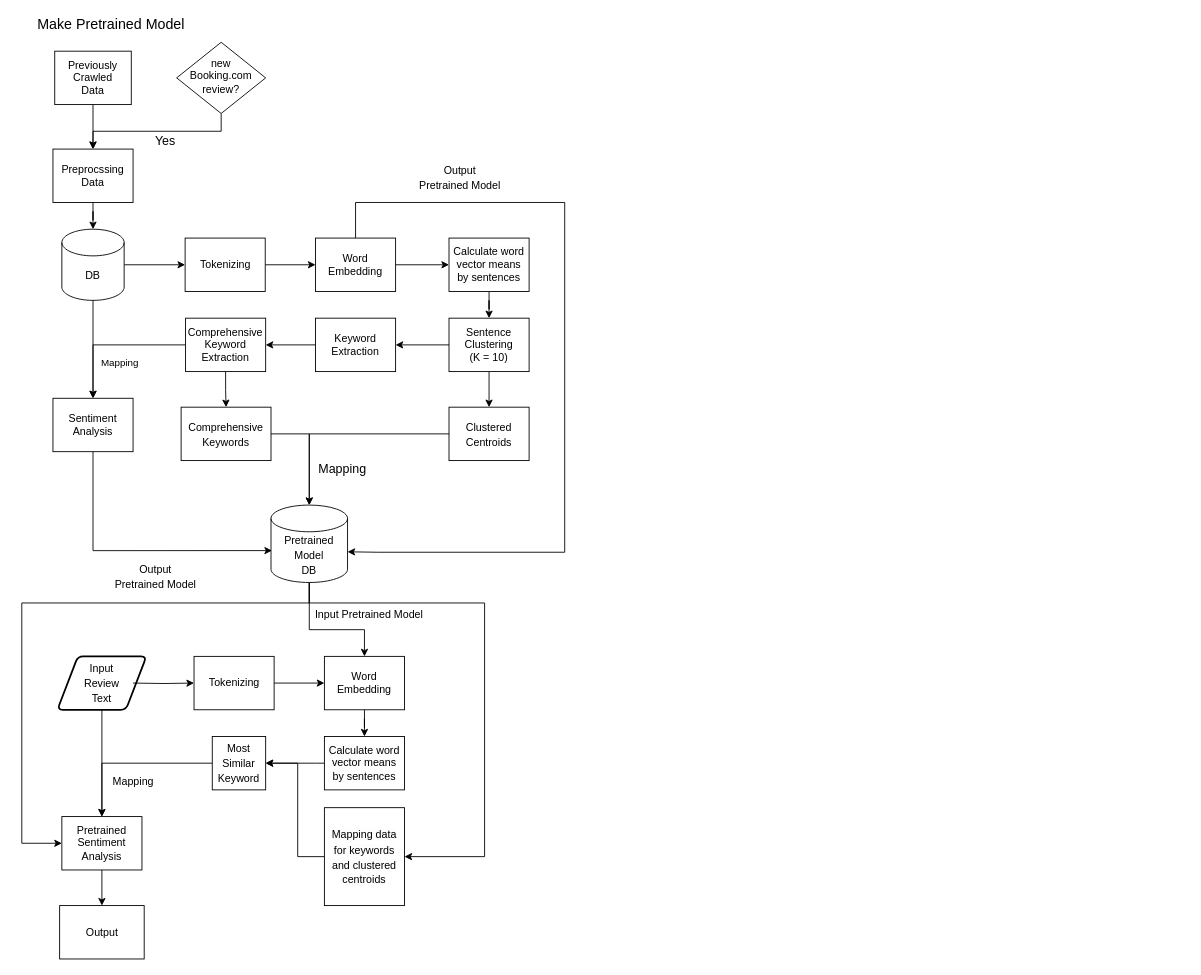
donghyun-daniel/4_party_project keeps this draw.io diagram as Flowchart.drawio. Above is the earlier version. Source tidied: cells renumbered, new cells numbered last; positions are measured from the earlier drawing's top-left corner, leaving out a move shared by most shapes. Both pictures are drawn from the tidied source at 89%, with x=0, y=0 at pixel (21, 15).
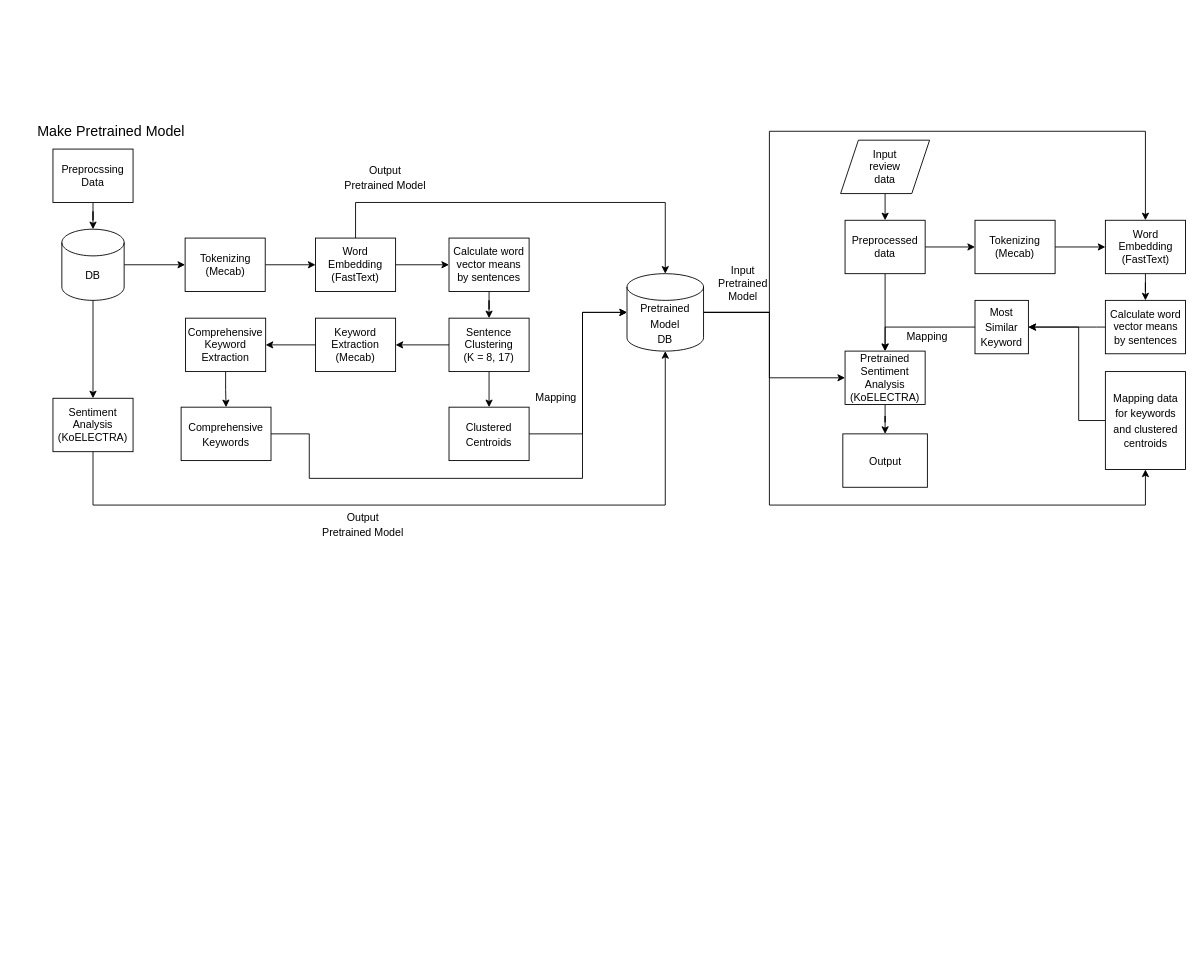
The same diagram, later.

Unchanged cells that the change refers to:
```xml
<mxCell id="6" value="Preprocssing&lt;br&gt;Data" style="rounded=0;whiteSpace=wrap;html=1;" parent="1" vertex="1">
  <mxGeometry x="35" y="150" width="90" height="60" as="geometry" />
</mxCell>
<mxCell id="16" value="Comprehensive&lt;br&gt;Keyword&lt;br&gt;Extraction" style="rounded=0;whiteSpace=wrap;html=1;" parent="1" vertex="1">
  <mxGeometry x="184" y="340" width="90" height="60" as="geometry" />
</mxCell>
<mxCell id="38" value="&lt;font style=&quot;font-size: 12px&quot;&gt;Comprehensive&lt;br&gt;Keywords&lt;/font&gt;" style="rounded=0;whiteSpace=wrap;html=1;fontSize=14;" parent="1" vertex="1">
  <mxGeometry x="179" y="440" width="101" height="60" as="geometry" />
</mxCell>
<mxCell id="40" value="&lt;font style=&quot;font-size: 12px&quot;&gt;Clustered&lt;br&gt;Centroids&lt;/font&gt;" style="rounded=0;whiteSpace=wrap;html=1;fontSize=14;" parent="1" vertex="1">
  <mxGeometry x="480" y="440" width="90" height="60" as="geometry" />
</mxCell>
```

What changed in the source:
```diff
@@
-    <mxCell id="8" value="Tokenizing" style="rounded=0;whiteSpace=wrap;html=1;" parent="1" vertex="1">
+    <mxCell id="8" value="Tokenizing&lt;br&gt;(Mecab)" style="rounded=0;whiteSpace=wrap;html=1;" parent="1" vertex="1">
       <mxGeometry x="183.5" y="250" width="90" height="60" as="geometry" />
     </mxCell>
@@
-    <mxCell id="11" value="Sentence&lt;br&gt;Clustering&lt;br&gt;(K = 10)" style="rounded=0;whiteSpace=wrap;html=1;" parent="1" vertex="1">
+    <mxCell id="11" value="Sentence&lt;br&gt;Clustering&lt;br&gt;(K = 8, 17)" style="rounded=0;whiteSpace=wrap;html=1;" parent="1" vertex="1">
       <mxGeometry x="480" y="340" width="90" height="60" as="geometry" />
     </mxCell>
@@
-    <mxCell id="13" value="Keyword Extraction" style="rounded=0;whiteSpace=wrap;html=1;" parent="1" vertex="1">
+    <mxCell id="13" value="Keyword Extraction&lt;br&gt;(Mecab)" style="rounded=0;whiteSpace=wrap;html=1;" parent="1" vertex="1">
       <mxGeometry x="330" y="340" width="90" height="60" as="geometry" />
     </mxCell>
-    <mxCell id="14" value="Mapping" style="edgeStyle=orthogonalEdgeStyle;rounded=0;jettySize=auto;html=1;entryX=0.5;entryY=0;entryDx=0;entryDy=0;" parent="1" edge="1" source="16" target="19">
-      <mxGeometry x="-0.1" y="20" relative="1" as="geometry" />
-    </mxCell>
@@
-    <mxCell id="17" style="edgeStyle=orthogonalEdgeStyle;rounded=0;jettySize=auto;html=1;entryX=0.013;entryY=0.588;entryDx=0;entryDy=0;entryPerimeter=0;fontSize=14;" parent="1" edge="1" source="19" target="36">
+    <mxCell id="17" style="edgeStyle=orthogonalEdgeStyle;rounded=0;jettySize=auto;html=1;entryX=0.5;entryY=1;entryDx=0;entryDy=0;entryPerimeter=0;fontSize=14;" parent="1" edge="1" source="19" target="36">
       <mxGeometry relative="1" as="geometry">
         <Array as="points">
-          <mxPoint x="80" y="601" />
+          <mxPoint x="80" y="550" />
+          <mxPoint x="723" y="550" />
         </Array>
       </mxGeometry>
     </mxCell>
     <mxCell id="18" value="&lt;font style=&quot;font-size: 12px&quot;&gt;Output&lt;br&gt;Pretrained Model&lt;/font&gt;" style="edgeLabel;html=1;align=center;verticalAlign=middle;fontSize=14;" parent="17" vertex="1">
       <mxGeometry x="-0.17" relative="1" as="geometry">
-        <mxPoint x="51.2" y="28.8" as="offset" />
+        <mxPoint x="-1.2" y="20" as="offset" />
       </mxGeometry>
     </mxCell>
-    <mxCell id="19" value="Sentiment&lt;br&gt;Analysis" style="rounded=0;whiteSpace=wrap;html=1;" parent="1" vertex="1">
+    <mxCell id="19" value="Sentiment&lt;br&gt;Analysis&lt;br&gt;(KoELECTRA)" style="rounded=0;whiteSpace=wrap;html=1;" parent="1" vertex="1">
       <mxGeometry x="35" y="430" width="90" height="60" as="geometry" />
     </mxCell>
     <mxCell id="20" value="&lt;font style=&quot;font-size: 16px&quot;&gt;Make Pretrained Model&lt;/font&gt;" style="text;html=1;align=center;verticalAlign=middle;fillColor=none;strokeColor=none;rounded=0;fontSize=14;labelBorderColor=none;spacingLeft=2;spacingRight=2;" parent="1" vertex="1">
-      <mxGeometry x="10" width="180" height="20" as="geometry" />
+      <mxGeometry x="10" y="120" width="180" height="20" as="geometry" />
     </mxCell>
-    <mxCell id="21" style="edgeStyle=orthogonalEdgeStyle;rounded=0;jettySize=auto;html=1;entryX=0.5;entryY=0;entryDx=0;entryDy=0;" parent="1" edge="1" source="22" target="6">
-      <mxGeometry relative="1" as="geometry" />
-    </mxCell>
-    <mxCell id="22" value="Previously&lt;br&gt;Crawled&lt;br&gt;Data" style="rounded=0;whiteSpace=wrap;html=1;" parent="1" vertex="1">
-      <mxGeometry x="37" y="40" width="86" height="60" as="geometry" />
-    </mxCell>
-    <mxCell id="23" style="edgeStyle=orthogonalEdgeStyle;rounded=0;jettySize=auto;html=1;entryX=0.5;entryY=0;entryDx=0;entryDy=0;" parent="1" edge="1" source="25" target="6">
-      <mxGeometry relative="1" as="geometry">
-        <Array as="points">
-          <mxPoint x="224" y="130" />
-          <mxPoint x="80" y="130" />
-        </Array>
-      </mxGeometry>
-    </mxCell>
-    <mxCell id="24" value="Yes" style="edgeLabel;html=1;align=center;verticalAlign=middle;fontSize=14;" parent="23" vertex="1">
-      <mxGeometry x="-0.16" y="2" relative="1" as="geometry">
-        <mxPoint x="-7" y="8" as="offset" />
-      </mxGeometry>
-    </mxCell>
-    <mxCell id="25" value="new Booking.com review?" style="rhombus;whiteSpace=wrap;html=1;shadow=0;fontFamily=Helvetica;fontSize=12;align=center;strokeWidth=1;spacing=6;spacingTop=-4;" parent="1" vertex="1">
-      <mxGeometry x="174" y="30" width="100" height="80" as="geometry" />
-    </mxCell>
@@
-    <mxCell id="27" style="edgeStyle=orthogonalEdgeStyle;rounded=0;jettySize=auto;html=1;entryX=1;entryY=0;entryDx=0;entryDy=52.5;entryPerimeter=0;fontSize=14;" parent="1" edge="1" source="29" target="36">
+    <mxCell id="27" style="edgeStyle=orthogonalEdgeStyle;rounded=0;jettySize=auto;html=1;entryX=0.5;entryY=0;entryDx=0;entryDy=0;entryPerimeter=0;fontSize=14;" parent="1" edge="1" source="29" target="36">
       <mxGeometry relative="1" as="geometry">
         <Array as="points">
           <mxPoint x="375" y="210" />
-          <mxPoint x="610" y="210" />
-          <mxPoint x="610" y="603" />
-          <mxPoint x="400" y="603" />
+          <mxPoint x="723" y="210" />
         </Array>
       </mxGeometry>
     </mxCell>
@@
-    <mxCell id="29" value="Word&lt;br&gt;Embedding" style="rounded=0;whiteSpace=wrap;html=1;" parent="1" vertex="1">
+    <mxCell id="29" value="Word&lt;br&gt;Embedding&lt;br&gt;(FastText)" style="rounded=0;whiteSpace=wrap;html=1;" parent="1" vertex="1">
       <mxGeometry x="330" y="250" width="90" height="60" as="geometry" />
     </mxCell>
@@
-    <mxCell id="32" style="edgeStyle=orthogonalEdgeStyle;rounded=0;jettySize=auto;html=1;entryX=0.5;entryY=0;entryDx=0;entryDy=0;fontSize=14;" parent="1" edge="1" source="36" target="49">
-      <mxGeometry relative="1" as="geometry">
-        <Array as="points">
-          <mxPoint x="323" y="690" />
-          <mxPoint x="385" y="690" />
-        </Array>
-      </mxGeometry>
-    </mxCell>
-    <mxCell id="33" value="&lt;font style=&quot;font-size: 12px&quot;&gt;Input Pretrained Model&lt;/font&gt;" style="edgeLabel;html=1;align=center;verticalAlign=middle;fontSize=14;" parent="32" vertex="1">
-      <mxGeometry x="0.22" y="-1" relative="1" as="geometry">
-        <mxPoint x="31" y="-19.5" as="offset" />
+    <mxCell id="33" value="Input&lt;br&gt;Pretrained&lt;br&gt;Model" style="edgeStyle=orthogonalEdgeStyle;rounded=0;jettySize=auto;html=1;exitX=1;exitY=0.5;exitDx=0;exitDy=0;exitPerimeter=0;entryX=0.5;entryY=0;entryDx=0;entryDy=0;fontSize=12;" parent="1" edge="1" source="36" target="49">
+      <mxGeometry x="-0.73" y="30" relative="1" as="geometry">
+        <Array as="points">
+          <mxPoint x="840" y="334" />
+          <mxPoint x="840" y="130" />
+          <mxPoint x="1263" y="130" />
+        </Array>
+        <mxPoint y="1" as="offset" />
       </mxGeometry>
     </mxCell>
-    <mxCell id="34" style="edgeStyle=orthogonalEdgeStyle;rounded=0;jettySize=auto;html=1;entryX=1;entryY=0.5;entryDx=0;entryDy=0;fontSize=14;" parent="1" edge="1" source="36" target="53">
+    <mxCell id="34" style="edgeStyle=orthogonalEdgeStyle;rounded=0;jettySize=auto;html=1;exitX=1;exitY=0.5;exitDx=0;exitDy=0;exitPerimeter=0;entryX=0.5;entryY=1;entryDx=0;entryDy=0;fontSize=12;" parent="1" edge="1" source="36" target="53">
       <mxGeometry relative="1" as="geometry">
         <Array as="points">
-          <mxPoint x="323" y="660" />
-          <mxPoint x="520" y="660" />
-          <mxPoint x="520" y="945" />
+          <mxPoint x="840" y="334" />
+          <mxPoint x="840" y="550" />
+          <mxPoint x="1263" y="550" />
         </Array>
       </mxGeometry>
     </mxCell>
-    <mxCell id="35" style="edgeStyle=orthogonalEdgeStyle;rounded=0;jettySize=auto;html=1;entryX=0;entryY=0.5;entryDx=0;entryDy=0;fontSize=14;" parent="1" edge="1" source="36" target="47">
+    <mxCell id="35" style="edgeStyle=orthogonalEdgeStyle;rounded=0;jettySize=auto;html=1;exitX=1;exitY=0.5;exitDx=0;exitDy=0;exitPerimeter=0;entryX=0;entryY=0.5;entryDx=0;entryDy=0;fontSize=12;" parent="1" edge="1" source="36" target="47">
       <mxGeometry relative="1" as="geometry">
         <Array as="points">
-          <mxPoint x="323" y="660" />
-          <mxPoint y="660" />
-          <mxPoint y="930" />
+          <mxPoint x="840" y="334" />
+          <mxPoint x="840" y="407" />
         </Array>
       </mxGeometry>
     </mxCell>
     <mxCell id="36" value="&lt;font style=&quot;font-size: 12px&quot;&gt;Pretrained&lt;br&gt;Model&lt;br&gt;DB&lt;/font&gt;" style="shape=cylinder3;whiteSpace=wrap;html=1;boundedLbl=1;backgroundOutline=1;size=15;fontSize=14;" parent="1" vertex="1">
-      <mxGeometry x="280" y="550" width="86" height="87" as="geometry" />
+      <mxGeometry x="680" y="290" width="86" height="87" as="geometry" />
     </mxCell>
-    <mxCell id="37" style="edgeStyle=orthogonalEdgeStyle;rounded=0;jettySize=auto;html=1;entryX=0.5;entryY=0;entryDx=0;entryDy=0;entryPerimeter=0;fontSize=14;" parent="1" edge="1" source="38" target="36">
+    <mxCell id="37" style="edgeStyle=orthogonalEdgeStyle;rounded=0;jettySize=auto;html=1;fontSize=14;entryX=0;entryY=0.5;entryDx=0;entryDy=0;entryPerimeter=0;" parent="1" edge="1" source="38" target="36">
       <mxGeometry relative="1" as="geometry">
         <Array as="points">
           <mxPoint x="323" y="470" />
+          <mxPoint x="323" y="520" />
+          <mxPoint x="630" y="520" />
+          <mxPoint x="630" y="334" />
         </Array>
       </mxGeometry>
     </mxCell>
@@
-    <mxCell id="39" value="Mapping" style="edgeStyle=orthogonalEdgeStyle;rounded=0;jettySize=auto;html=1;entryX=0.5;entryY=0;entryDx=0;entryDy=0;entryPerimeter=0;fontSize=14;" parent="1" edge="1" source="40" target="36">
-      <mxGeometry x="0.66" y="37" relative="1" as="geometry" />
+    <mxCell id="39" value="Mapping" style="edgeStyle=orthogonalEdgeStyle;rounded=0;jettySize=auto;html=1;entryX=0;entryY=0.5;entryDx=0;entryDy=0;entryPerimeter=0;fontSize=12;" parent="1" edge="1" source="40" target="36">
+      <mxGeometry x="-0.19" y="30" relative="1" as="geometry">
+        <Array as="points">
+          <mxPoint x="630" y="470" />
+          <mxPoint x="630" y="334" />
+        </Array>
+      </mxGeometry>
     </mxCell>
@@
-    <mxCell id="41" style="edgeStyle=orthogonalEdgeStyle;rounded=0;jettySize=auto;html=1;entryX=0.5;entryY=0;entryDx=0;entryDy=0;fontSize=14;" parent="1" edge="1" source="42" target="47">
-      <mxGeometry relative="1" as="geometry" />
-    </mxCell>
-    <mxCell id="42" value="&lt;font style=&quot;font-size: 12px&quot;&gt;Input&lt;br&gt;Review&lt;br&gt;Text&lt;/font&gt;" style="shape=parallelogram;html=1;strokeWidth=2;perimeter=parallelogramPerimeter;whiteSpace=wrap;rounded=1;arcSize=12;size=0.23;fontSize=14;" parent="1" vertex="1">
-      <mxGeometry x="40" y="720" width="100" height="60" as="geometry" />
-    </mxCell>
-    <mxCell id="43" style="edgeStyle=orthogonalEdgeStyle;rounded=0;jettySize=auto;html=1;entryX=0;entryY=0.5;entryDx=0;entryDy=0;" parent="1" edge="1" target="45">
-      <mxGeometry relative="1" as="geometry">
-        <mxPoint x="125" y="750" as="sourcePoint" />
-      </mxGeometry>
-    </mxCell>
@@
-    <mxCell id="45" value="Tokenizing" style="rounded=0;whiteSpace=wrap;html=1;" parent="1" vertex="1">
-      <mxGeometry x="193.5" y="720" width="90" height="60" as="geometry" />
+    <mxCell id="45" value="Tokenizing&lt;br&gt;(Mecab)" style="rounded=0;whiteSpace=wrap;html=1;" parent="1" vertex="1">
+      <mxGeometry x="1071" y="230" width="90" height="60" as="geometry" />
     </mxCell>
@@
-    <mxCell id="47" value="Pretrained&lt;br&gt;Sentiment&lt;br&gt;Analysis" style="rounded=0;whiteSpace=wrap;html=1;" parent="1" vertex="1">
-      <mxGeometry x="45" y="900" width="90" height="60" as="geometry" />
+    <mxCell id="47" value="Pretrained&lt;br&gt;Sentiment&lt;br&gt;Analysis&lt;br&gt;(KoELECTRA)" style="rounded=0;whiteSpace=wrap;html=1;" parent="1" vertex="1">
+      <mxGeometry x="925" y="377" width="90" height="60" as="geometry" />
     </mxCell>
@@
-    <mxCell id="49" value="Word&lt;br&gt;Embedding" style="rounded=0;whiteSpace=wrap;html=1;" parent="1" vertex="1">
-      <mxGeometry x="340" y="720" width="90" height="60" as="geometry" />
+    <mxCell id="49" value="Word&lt;br&gt;Embedding&lt;br&gt;(FastText)" style="rounded=0;whiteSpace=wrap;html=1;" parent="1" vertex="1">
+      <mxGeometry x="1217.5" y="230" width="90" height="60" as="geometry" />
     </mxCell>
     <mxCell id="50" style="edgeStyle=orthogonalEdgeStyle;rounded=0;jettySize=auto;html=1;entryX=1;entryY=0.5;entryDx=0;entryDy=0;fontSize=14;" parent="1" edge="1" source="51" target="55">
       <mxGeometry relative="1" as="geometry">
         <Array as="points">
-          <mxPoint x="330" y="840" />
-          <mxPoint x="330" y="840" />
+          <mxPoint x="1207.5" y="350" />
+          <mxPoint x="1207.5" y="350" />
         </Array>
       </mxGeometry>
     </mxCell>
     <mxCell id="51" value="&lt;span style=&quot;font-family: &amp;#34;noto sans&amp;#34; , &amp;#34;noto sans jp&amp;#34; , &amp;#34;noto sans kr&amp;#34; , &amp;#34;helvetica&amp;#34; , &amp;#34;microsoft yahei&amp;#34; , &amp;#34;apple sd gothic neo&amp;#34; , &amp;#34;malgun gothic&amp;#34; , &amp;#34;맑은 고딕&amp;#34; , &amp;#34;dotum&amp;#34; , , sans-serif ; background-color: rgb(253 , 253 , 253)&quot;&gt;&lt;font style=&quot;font-size: 12px&quot;&gt;Calculate word vector means by sentences&lt;br&gt;&lt;/font&gt;&lt;/span&gt;" style="rounded=0;whiteSpace=wrap;html=1;" parent="1" vertex="1">
-      <mxGeometry x="340" y="810" width="90" height="60" as="geometry" />
+      <mxGeometry x="1217.5" y="320" width="90" height="60" as="geometry" />
     </mxCell>
     <mxCell id="52" style="edgeStyle=orthogonalEdgeStyle;rounded=0;jettySize=auto;html=1;fontSize=14;entryX=1;entryY=0.5;entryDx=0;entryDy=0;exitX=0;exitY=0.5;exitDx=0;exitDy=0;" parent="1" edge="1" source="53" target="55">
       <mxGeometry relative="1" as="geometry">
         <Array as="points">
-          <mxPoint x="310" y="945" />
-          <mxPoint x="310" y="840" />
+          <mxPoint x="1187.5" y="455" />
+          <mxPoint x="1187.5" y="350" />
         </Array>
       </mxGeometry>
     </mxCell>
     <mxCell id="53" value="&lt;font style=&quot;font-size: 12px&quot;&gt;&lt;span style=&quot;font-family: &amp;#34;noto sans&amp;#34; , &amp;#34;noto sans jp&amp;#34; , &amp;#34;noto sans kr&amp;#34; , &amp;#34;helvetica&amp;#34; , &amp;#34;microsoft yahei&amp;#34; , &amp;#34;apple sd gothic neo&amp;#34; , &amp;#34;malgun gothic&amp;#34; , &amp;#34;맑은 고딕&amp;#34; , &amp;#34;dotum&amp;#34; , , sans-serif ; background-color: rgb(253 , 253 , 253)&quot;&gt;Mapping data for keywords and clustered centroids&lt;/span&gt;&lt;br&gt;&lt;/font&gt;" style="rounded=0;whiteSpace=wrap;html=1;fontSize=14;" parent="1" vertex="1">
-      <mxGeometry x="340" y="890" width="90" height="110" as="geometry" />
+      <mxGeometry x="1217.5" y="400" width="90" height="110" as="geometry" />
     </mxCell>
     <mxCell id="54" value="&lt;font style=&quot;font-size: 12px&quot;&gt;Mapping&lt;/font&gt;" style="edgeStyle=orthogonalEdgeStyle;rounded=0;jettySize=auto;html=1;entryX=0.5;entryY=0;entryDx=0;entryDy=0;fontSize=14;" parent="1" edge="1" source="55" target="47">
-      <mxGeometry x="-0.03" y="20" relative="1" as="geometry" />
+      <mxGeometry x="-0.16" y="10" relative="1" as="geometry" />
     </mxCell>
     <mxCell id="55" value="&lt;font style=&quot;font-size: 12px&quot;&gt;Most&lt;br&gt;Similar&lt;br&gt;Keyword&lt;br&gt;&lt;/font&gt;" style="whiteSpace=wrap;html=1;fontSize=14;" parent="1" vertex="1">
-      <mxGeometry x="214" y="810" width="60" height="60" as="geometry" />
+      <mxGeometry x="1071" y="320" width="60" height="60" as="geometry" />
     </mxCell>
     <mxCell id="56" value="&lt;font style=&quot;font-size: 12px&quot;&gt;Output&lt;/font&gt;" style="rounded=0;whiteSpace=wrap;html=1;fontSize=14;" parent="1" vertex="1">
-      <mxGeometry x="42.5" y="1000" width="95" height="60" as="geometry" />
+      <mxGeometry x="922.5" y="470" width="95" height="60" as="geometry" />
     </mxCell>
+    <mxCell id="57" style="edgeStyle=orthogonalEdgeStyle;rounded=0;jettySize=auto;html=1;exitX=0.5;exitY=1;exitDx=0;exitDy=0;entryX=0.5;entryY=0;entryDx=0;entryDy=0;fontSize=12;" parent="1" edge="1" source="58" target="61">
+      <mxGeometry relative="1" as="geometry" />
+    </mxCell>
+    <mxCell id="58" value="Input&lt;br&gt;review&lt;br&gt;data" style="shape=parallelogram;perimeter=parallelogramPerimeter;whiteSpace=wrap;html=1;fixedSize=1;fontSize=12;" parent="1" vertex="1">
+      <mxGeometry x="920" y="140" width="100" height="60" as="geometry" />
+    </mxCell>
+    <mxCell id="59" style="edgeStyle=orthogonalEdgeStyle;rounded=0;jettySize=auto;html=1;exitX=1;exitY=0.5;exitDx=0;exitDy=0;entryX=0;entryY=0.5;entryDx=0;entryDy=0;fontSize=12;" parent="1" edge="1" source="61" target="45">
+      <mxGeometry relative="1" as="geometry" />
+    </mxCell>
+    <mxCell id="60" style="edgeStyle=orthogonalEdgeStyle;rounded=0;jettySize=auto;html=1;entryX=0.5;entryY=0;entryDx=0;entryDy=0;fontSize=12;" parent="1" edge="1" source="61" target="47">
+      <mxGeometry relative="1" as="geometry" />
+    </mxCell>
+    <mxCell id="61" value="Preprocessed&lt;br&gt;data" style="rounded=0;whiteSpace=wrap;html=1;" parent="1" vertex="1">
+      <mxGeometry x="925" y="230" width="90" height="60" as="geometry" />
+    </mxCell>
```
